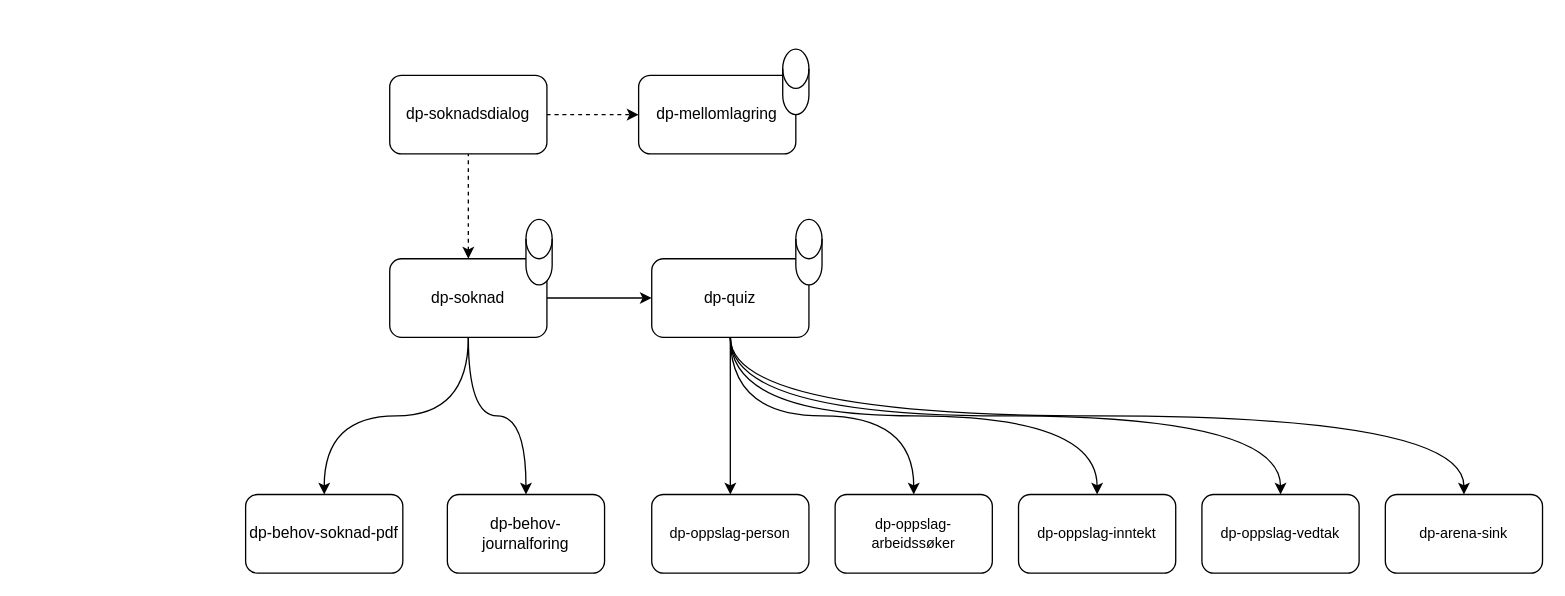
Before: docs/innbyggerflater/soknad.drawio in navikt/dp-dokumentasjon, a draw.io diagram. Source tidied: cells renumbered, new cells numbered last; positions are measured from the earlier drawing's top-left corner, leaving out a move shared by most shapes. Both pictures are drawn from the tidied source at 131%, with x=0, y=0 at pixel (245, 48).
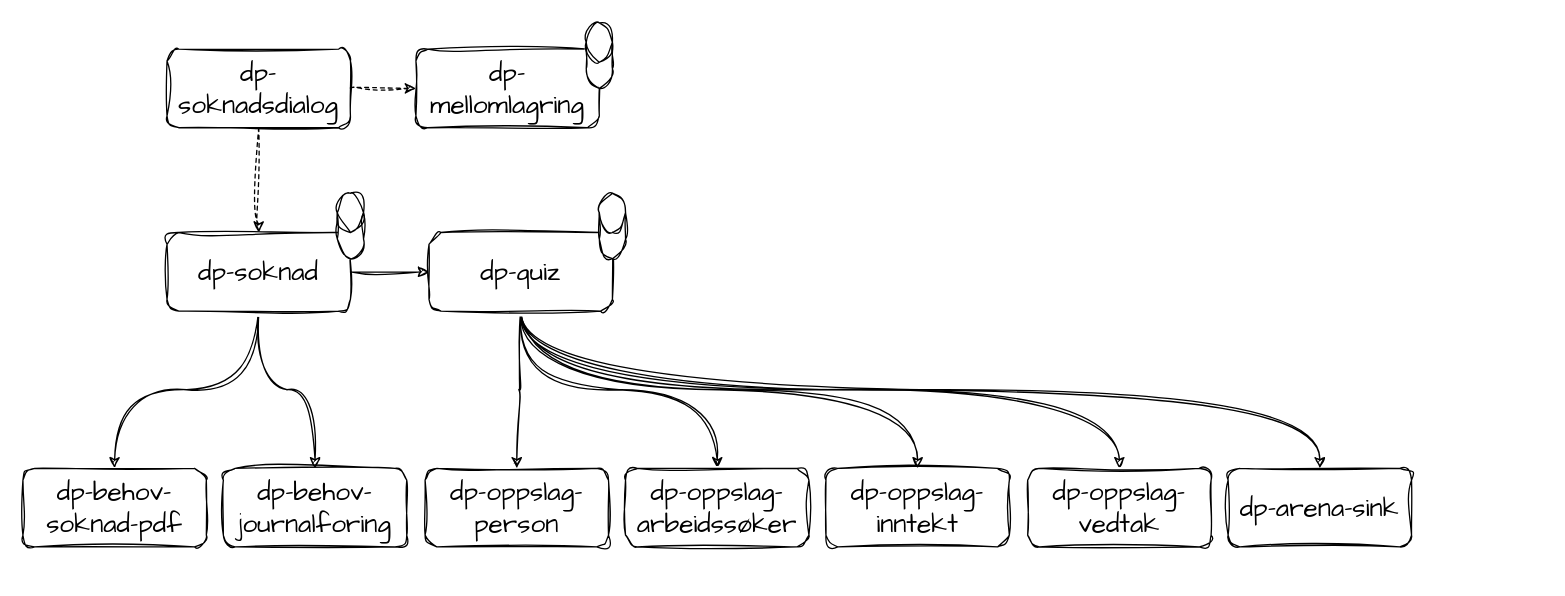
After the change.

Commit message (it also covers changes not shown here):
Wip tegne flyt i dp-quiz

Change to the diagram source:
```diff
@@
-    <mxCell id="2" style="edgeStyle=orthogonalEdgeStyle;html=1;dashed=1;curved=1;endArrow=none;endFill=0;startArrow=classic;startFill=1;" parent="1" edge="1" source="6" target="8">
+    <mxCell id="2" style="edgeStyle=orthogonalEdgeStyle;html=1;dashed=1;curved=1;endArrow=none;endFill=0;startArrow=classic;startFill=1;sketch=1;curveFitting=1;jiggle=2;fontFamily=Architects Daughter;fontSize=20;" parent="1" edge="1" source="6" target="8">
       <mxGeometry relative="1" as="geometry" />
     </mxCell>
-    <mxCell id="3" style="edgeStyle=none;html=1;" parent="1" edge="1" source="6" target="14">
+    <mxCell id="3" style="edgeStyle=none;html=1;sketch=1;curveFitting=1;jiggle=2;fontFamily=Architects Daughter;fontSize=20;" parent="1" edge="1" source="6" target="14">
       <mxGeometry relative="1" as="geometry" />
     </mxCell>
-    <mxCell id="4" style="edgeStyle=orthogonalEdgeStyle;html=1;entryX=0.5;entryY=0;entryDx=0;entryDy=0;curved=1;" parent="1" edge="1" source="6" target="17">
+    <mxCell id="4" style="edgeStyle=orthogonalEdgeStyle;html=1;entryX=0.5;entryY=0;entryDx=0;entryDy=0;curved=1;sketch=1;curveFitting=1;jiggle=2;fontFamily=Architects Daughter;fontSize=20;" parent="1" edge="1" source="6" target="17">
       <mxGeometry relative="1" as="geometry" />
     </mxCell>
-    <mxCell id="5" style="edgeStyle=orthogonalEdgeStyle;shape=connector;curved=1;rounded=1;html=1;entryX=0.5;entryY=0;entryDx=0;entryDy=0;labelBackgroundColor=default;strokeColor=default;fontFamily=Helvetica;fontSize=11;fontColor=default;endArrow=classic;" parent="1" edge="1" source="6" target="18">
+    <mxCell id="5" style="edgeStyle=orthogonalEdgeStyle;shape=connector;curved=1;rounded=1;html=1;entryX=0.5;entryY=0;entryDx=0;entryDy=0;labelBackgroundColor=default;strokeColor=default;fontFamily=Architects Daughter;fontSize=20;fontColor=default;endArrow=classic;sketch=1;curveFitting=1;jiggle=2;" parent="1" edge="1" source="6" target="18">
       <mxGeometry relative="1" as="geometry" />
     </mxCell>
-    <mxCell id="6" value="dp-soknad" style="rounded=1;whiteSpace=wrap;html=1;" parent="1" vertex="1">
-      <mxGeometry x="110" y="160" width="120" height="60" as="geometry" />
+    <mxCell id="6" value="dp-soknad" style="rounded=1;whiteSpace=wrap;html=1;sketch=1;curveFitting=1;jiggle=2;fontFamily=Architects Daughter;fontSize=20;" parent="1" vertex="1">
+      <mxGeometry x="-60" y="140" width="140" height="60" as="geometry" />
     </mxCell>
-    <mxCell id="7" style="edgeStyle=orthogonalEdgeStyle;shape=connector;curved=1;rounded=1;html=1;entryX=0;entryY=0.5;entryDx=0;entryDy=0;labelBackgroundColor=default;strokeColor=default;fontFamily=Helvetica;fontSize=11;fontColor=default;endArrow=classic;dashed=1;" parent="1" edge="1" source="8" target="15">
+    <mxCell id="7" style="edgeStyle=orthogonalEdgeStyle;shape=connector;curved=1;rounded=1;html=1;entryX=0;entryY=0.5;entryDx=0;entryDy=0;labelBackgroundColor=default;strokeColor=default;fontFamily=Architects Daughter;fontSize=20;fontColor=default;endArrow=classic;dashed=1;sketch=1;curveFitting=1;jiggle=2;" parent="1" edge="1" source="8" target="15">
       <mxGeometry relative="1" as="geometry" />
     </mxCell>
-    <mxCell id="8" value="dp-soknadsdialog" style="whiteSpace=wrap;html=1;rounded=1;" parent="1" vertex="1">
-      <mxGeometry x="110" y="20" width="120" height="60" as="geometry" />
+    <mxCell id="8" value="dp-soknadsdialog" style="whiteSpace=wrap;html=1;rounded=1;sketch=1;curveFitting=1;jiggle=2;fontFamily=Architects Daughter;fontSize=20;" parent="1" vertex="1">
+      <mxGeometry x="-60" width="140" height="60" as="geometry" />
     </mxCell>
-    <mxCell id="9" style="edgeStyle=orthogonalEdgeStyle;shape=connector;curved=1;rounded=1;html=1;entryX=0.5;entryY=0;entryDx=0;entryDy=0;labelBackgroundColor=default;strokeColor=default;fontFamily=Helvetica;fontSize=11;fontColor=default;endArrow=classic;" parent="1" edge="1" source="14" target="21">
+    <mxCell id="9" style="edgeStyle=orthogonalEdgeStyle;shape=connector;curved=1;rounded=1;html=1;entryX=0.5;entryY=0;entryDx=0;entryDy=0;labelBackgroundColor=default;strokeColor=default;fontFamily=Architects Daughter;fontSize=20;fontColor=default;endArrow=classic;sketch=1;curveFitting=1;jiggle=2;" parent="1" edge="1" source="14" target="21">
       <mxGeometry relative="1" as="geometry" />
     </mxCell>
-    <mxCell id="10" style="edgeStyle=orthogonalEdgeStyle;shape=connector;curved=1;rounded=1;html=1;entryX=0.5;entryY=0;entryDx=0;entryDy=0;labelBackgroundColor=default;strokeColor=default;fontFamily=Helvetica;fontSize=11;fontColor=default;startArrow=none;startFill=0;endArrow=classic;endFill=1;exitX=0.5;exitY=1;exitDx=0;exitDy=0;" parent="1" edge="1" source="14" target="22">
+    <mxCell id="10" style="edgeStyle=orthogonalEdgeStyle;shape=connector;curved=1;rounded=1;html=1;entryX=0.5;entryY=0;entryDx=0;entryDy=0;labelBackgroundColor=default;strokeColor=default;fontFamily=Architects Daughter;fontSize=20;fontColor=default;startArrow=none;startFill=0;endArrow=classic;endFill=1;exitX=0.5;exitY=1;exitDx=0;exitDy=0;sketch=1;curveFitting=1;jiggle=2;" parent="1" edge="1" source="14" target="22">
       <mxGeometry relative="1" as="geometry" />
     </mxCell>
-    <mxCell id="11" style="edgeStyle=orthogonalEdgeStyle;shape=connector;curved=1;rounded=1;html=1;entryX=0.5;entryY=0;entryDx=0;entryDy=0;labelBackgroundColor=default;strokeColor=default;fontFamily=Helvetica;fontSize=11;fontColor=default;startArrow=none;startFill=0;endArrow=classic;endFill=1;exitX=0.5;exitY=1;exitDx=0;exitDy=0;" parent="1" edge="1" source="14" target="23">
+    <mxCell id="11" style="edgeStyle=orthogonalEdgeStyle;shape=connector;curved=1;rounded=1;html=1;entryX=0.5;entryY=0;entryDx=0;entryDy=0;labelBackgroundColor=default;strokeColor=default;fontFamily=Architects Daughter;fontSize=20;fontColor=default;startArrow=none;startFill=0;endArrow=classic;endFill=1;exitX=0.5;exitY=1;exitDx=0;exitDy=0;sketch=1;curveFitting=1;jiggle=2;" parent="1" edge="1" source="14" target="23">
       <mxGeometry relative="1" as="geometry" />
     </mxCell>
-    <mxCell id="12" style="edgeStyle=orthogonalEdgeStyle;shape=connector;curved=1;rounded=1;html=1;entryX=0.5;entryY=0;entryDx=0;entryDy=0;labelBackgroundColor=default;strokeColor=default;fontFamily=Helvetica;fontSize=11;fontColor=default;startArrow=none;startFill=0;endArrow=classic;endFill=1;exitX=0.5;exitY=1;exitDx=0;exitDy=0;" parent="1" edge="1" source="14" target="24">
+    <mxCell id="12" style="edgeStyle=orthogonalEdgeStyle;shape=connector;curved=1;rounded=1;html=1;entryX=0.5;entryY=0;entryDx=0;entryDy=0;labelBackgroundColor=default;strokeColor=default;fontFamily=Architects Daughter;fontSize=20;fontColor=default;startArrow=none;startFill=0;endArrow=classic;endFill=1;exitX=0.5;exitY=1;exitDx=0;exitDy=0;sketch=1;curveFitting=1;jiggle=2;" parent="1" edge="1" source="14" target="24">
       <mxGeometry relative="1" as="geometry" />
     </mxCell>
-    <mxCell id="13" style="edgeStyle=orthogonalEdgeStyle;shape=connector;curved=1;rounded=1;html=1;entryX=0.5;entryY=0;entryDx=0;entryDy=0;labelBackgroundColor=default;strokeColor=default;fontFamily=Helvetica;fontSize=11;fontColor=default;startArrow=none;startFill=0;endArrow=classic;endFill=1;exitX=0.5;exitY=1;exitDx=0;exitDy=0;" parent="1" edge="1" source="14" target="25">
+    <mxCell id="13" style="edgeStyle=orthogonalEdgeStyle;shape=connector;curved=1;rounded=1;html=1;entryX=0.5;entryY=0;entryDx=0;entryDy=0;labelBackgroundColor=default;strokeColor=default;fontFamily=Architects Daughter;fontSize=20;fontColor=default;startArrow=none;startFill=0;endArrow=classic;endFill=1;exitX=0.5;exitY=1;exitDx=0;exitDy=0;sketch=1;curveFitting=1;jiggle=2;" parent="1" edge="1" source="14" target="25">
       <mxGeometry relative="1" as="geometry" />
     </mxCell>
-    <mxCell id="14" value="dp-quiz" style="whiteSpace=wrap;html=1;rounded=1;" parent="1" vertex="1">
-      <mxGeometry x="310" y="160" width="120" height="60" as="geometry" />
+    <mxCell id="14" value="dp-quiz" style="whiteSpace=wrap;html=1;rounded=1;sketch=1;curveFitting=1;jiggle=2;fontFamily=Architects Daughter;fontSize=20;" parent="1" vertex="1">
+      <mxGeometry x="140" y="140" width="140" height="60" as="geometry" />
     </mxCell>
-    <mxCell id="15" value="dp-mellomlagring" style="whiteSpace=wrap;html=1;rounded=1;" parent="1" vertex="1">
-      <mxGeometry x="300" y="20" width="120" height="60" as="geometry" />
+    <mxCell id="15" value="dp-mellomlagring" style="whiteSpace=wrap;html=1;rounded=1;sketch=1;curveFitting=1;jiggle=2;fontFamily=Architects Daughter;fontSize=20;" parent="1" vertex="1">
+      <mxGeometry x="130" width="140" height="60" as="geometry" />
     </mxCell>
-    <mxCell id="16" style="shape=cylinder3;whiteSpace=wrap;html=1;boundedLbl=1;backgroundOutline=1;size=15;" parent="1" vertex="1">
-      <mxGeometry x="410" width="20" height="50" as="geometry" />
+    <mxCell id="16" style="shape=cylinder3;whiteSpace=wrap;html=1;boundedLbl=1;backgroundOutline=1;size=15;sketch=1;curveFitting=1;jiggle=2;fontFamily=Architects Daughter;fontSize=20;" parent="1" vertex="1">
+      <mxGeometry x="260" y="-20" width="20" height="50" as="geometry" />
     </mxCell>
-    <mxCell id="17" value="dp-behov-soknad-pdf" style="whiteSpace=wrap;html=1;rounded=1;" parent="1" vertex="1">
-      <mxGeometry y="340" width="120" height="60" as="geometry" />
+    <mxCell id="17" value="dp-behov-soknad-pdf" style="whiteSpace=wrap;html=1;rounded=1;sketch=1;curveFitting=1;jiggle=2;fontFamily=Architects Daughter;fontSize=20;" parent="1" vertex="1">
+      <mxGeometry x="-170" y="320" width="140" height="60" as="geometry" />
     </mxCell>
-    <mxCell id="18" value="dp-behov-journalforing" style="whiteSpace=wrap;html=1;rounded=1;" parent="1" vertex="1">
-      <mxGeometry x="154" y="340" width="120" height="60" as="geometry" />
+    <mxCell id="18" value="dp-behov-journalforing" style="whiteSpace=wrap;html=1;rounded=1;sketch=1;curveFitting=1;jiggle=2;fontFamily=Architects Daughter;fontSize=20;" parent="1" vertex="1">
+      <mxGeometry x="-17" y="320" width="140" height="60" as="geometry" />
     </mxCell>
-    <mxCell id="19" style="shape=cylinder3;whiteSpace=wrap;html=1;boundedLbl=1;backgroundOutline=1;size=15;" parent="1" vertex="1">
-      <mxGeometry x="214" y="130" width="20" height="50" as="geometry" />
+    <mxCell id="19" style="shape=cylinder3;whiteSpace=wrap;html=1;boundedLbl=1;backgroundOutline=1;size=15;sketch=1;curveFitting=1;jiggle=2;fontFamily=Architects Daughter;fontSize=20;" parent="1" vertex="1">
+      <mxGeometry x="70" y="110" width="20" height="50" as="geometry" />
     </mxCell>
-    <mxCell id="20" style="shape=cylinder3;whiteSpace=wrap;html=1;boundedLbl=1;backgroundOutline=1;size=15;" parent="1" vertex="1">
-      <mxGeometry x="420" y="130" width="20" height="50" as="geometry" />
+    <mxCell id="20" style="shape=cylinder3;whiteSpace=wrap;html=1;boundedLbl=1;backgroundOutline=1;size=15;sketch=1;curveFitting=1;jiggle=2;fontFamily=Architects Daughter;fontSize=20;" parent="1" vertex="1">
+      <mxGeometry x="270" y="110" width="20" height="50" as="geometry" />
     </mxCell>
-    <mxCell id="21" value="dp-oppslag-person" style="rounded=1;whiteSpace=wrap;html=1;fontFamily=Helvetica;fontSize=11;" parent="1" vertex="1">
-      <mxGeometry x="310" y="340" width="120" height="60" as="geometry" />
+    <mxCell id="21" value="dp-oppslag-person" style="rounded=1;whiteSpace=wrap;html=1;fontFamily=Architects Daughter;fontSize=20;sketch=1;curveFitting=1;jiggle=2;" parent="1" vertex="1">
+      <mxGeometry x="137" y="320" width="140" height="60" as="geometry" />
     </mxCell>
-    <mxCell id="22" value="dp-oppslag-arbeidssøker" style="rounded=1;whiteSpace=wrap;html=1;fontFamily=Helvetica;fontSize=11;" parent="1" vertex="1">
-      <mxGeometry x="450" y="340" width="120" height="60" as="geometry" />
+    <mxCell id="22" value="dp-oppslag-arbeidssøker" style="rounded=1;whiteSpace=wrap;html=1;fontFamily=Architects Daughter;fontSize=20;sketch=1;curveFitting=1;jiggle=2;" parent="1" vertex="1">
+      <mxGeometry x="290" y="320" width="140" height="60" as="geometry" />
     </mxCell>
-    <mxCell id="23" value="dp-oppslag-inntekt" style="rounded=1;whiteSpace=wrap;html=1;fontFamily=Helvetica;fontSize=11;" parent="1" vertex="1">
-      <mxGeometry x="590" y="340" width="120" height="60" as="geometry" />
+    <mxCell id="23" value="dp-oppslag-inntekt" style="rounded=1;whiteSpace=wrap;html=1;fontFamily=Architects Daughter;fontSize=20;sketch=1;curveFitting=1;jiggle=2;" parent="1" vertex="1">
+      <mxGeometry x="443" y="320" width="140" height="60" as="geometry" />
     </mxCell>
-    <mxCell id="24" value="dp-oppslag-vedtak" style="whiteSpace=wrap;html=1;fontSize=11;rounded=1;" parent="1" vertex="1">
-      <mxGeometry x="730" y="340" width="120" height="60" as="geometry" />
+    <mxCell id="24" value="dp-oppslag-vedtak" style="whiteSpace=wrap;html=1;fontSize=20;rounded=1;sketch=1;curveFitting=1;jiggle=2;fontFamily=Architects Daughter;" parent="1" vertex="1">
+      <mxGeometry x="597" y="320" width="140" height="60" as="geometry" />
     </mxCell>
-    <mxCell id="25" value="dp-arena-sink" style="whiteSpace=wrap;html=1;fontSize=11;rounded=1;" parent="1" vertex="1">
-      <mxGeometry x="870" y="340" width="120" height="60" as="geometry" />
+    <mxCell id="25" value="dp-arena-sink" style="whiteSpace=wrap;html=1;fontSize=20;rounded=1;sketch=1;curveFitting=1;jiggle=2;fontFamily=Architects Daughter;" parent="1" vertex="1">
+      <mxGeometry x="750" y="320" width="140" height="60" as="geometry" />
     </mxCell>
```
